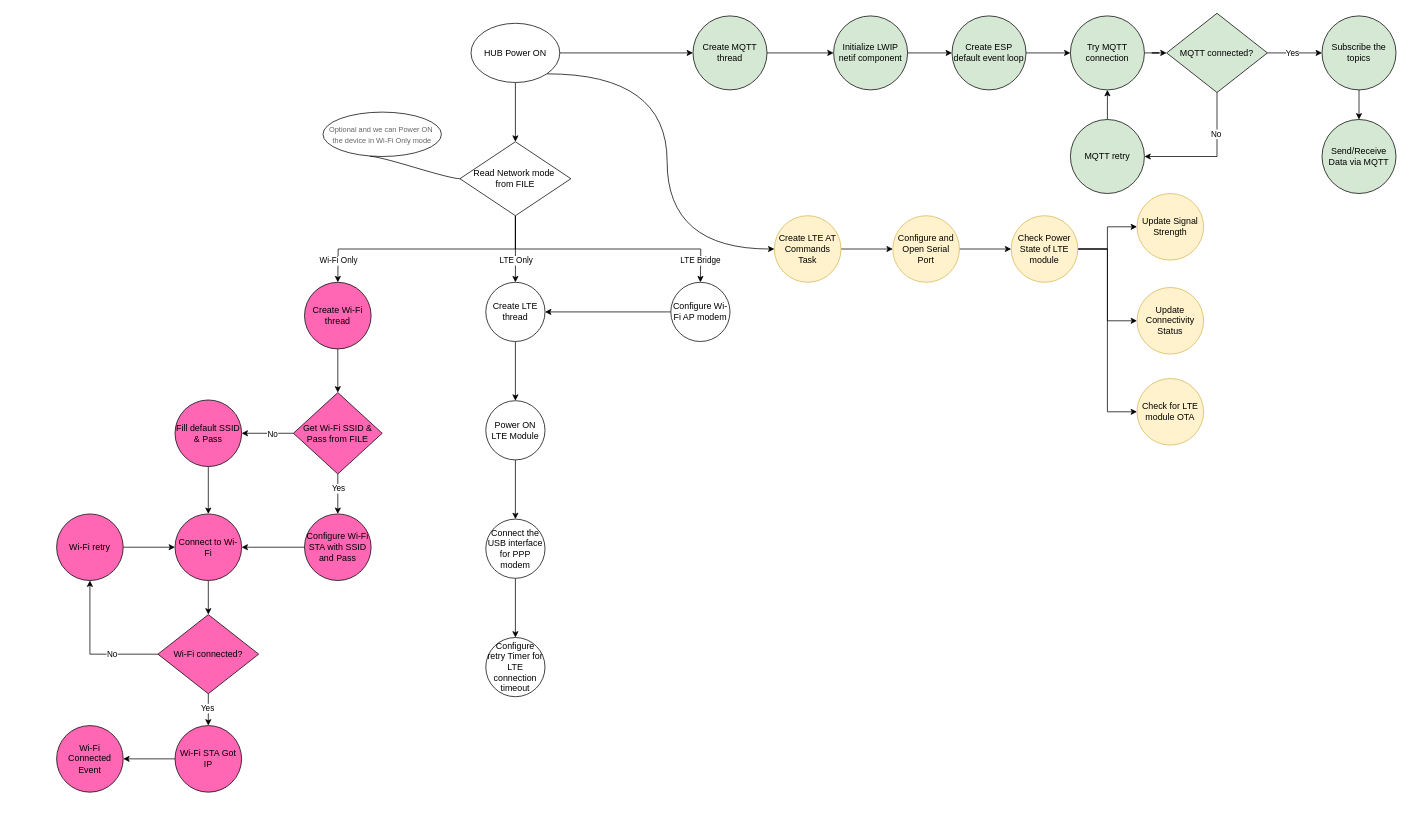
Before: GEN2 connectivity states workflow.drawio in sohaibqamar/drawings, a draw.io diagram. Source tidied: cells renumbered, new cells numbered last; positions are measured from the earlier drawing's top-left corner, leaving out a move shared by most shapes. Both pictures are drawn from the tidied source at 74%, with x=0, y=0 at pixel (56, 13).
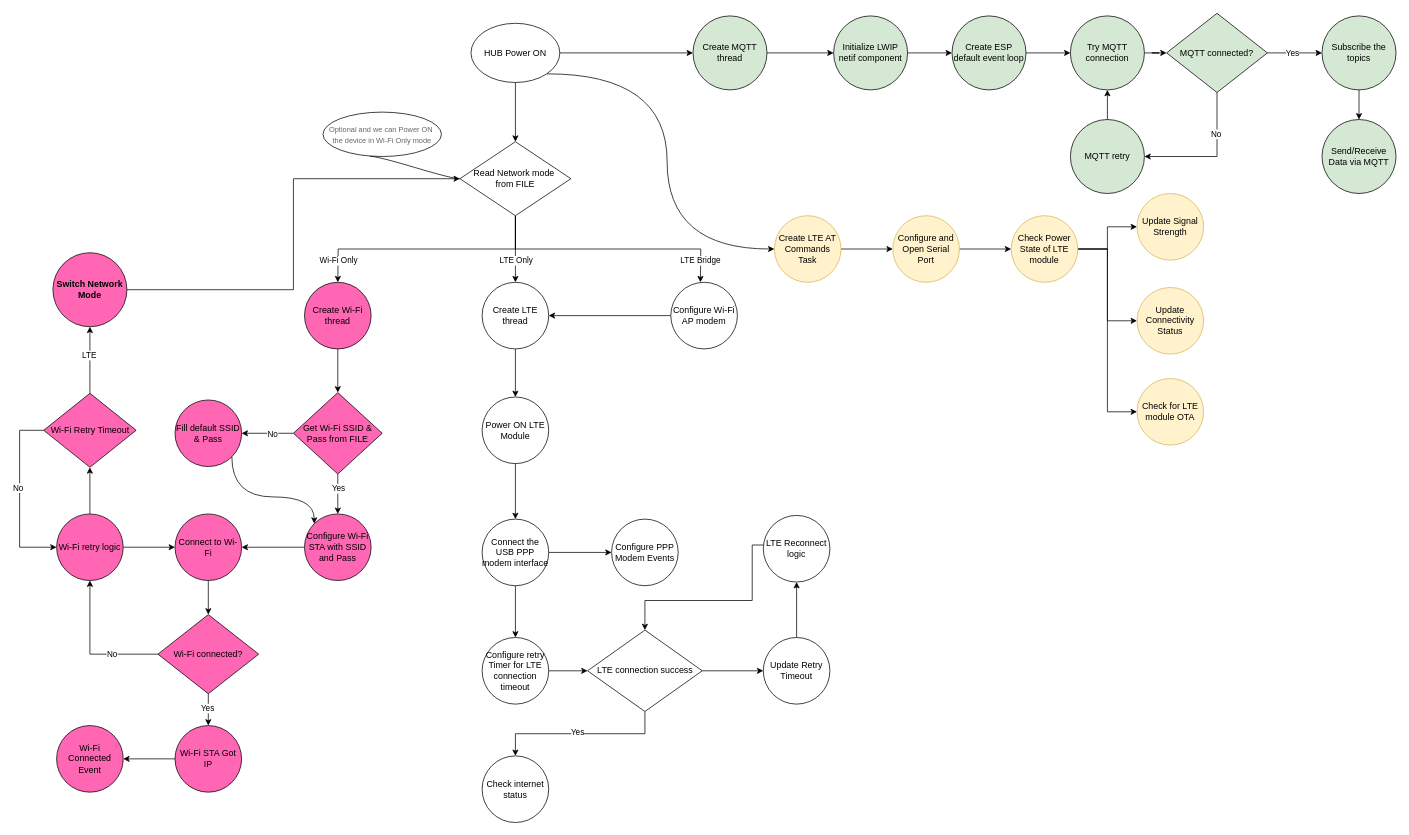
After the change.

Unchanged cells that the change refers to:
```xml
<mxCell id="12" value="Read Network mode&amp;nbsp;&lt;div&gt;from FILE&lt;/div&gt;" style="rhombus;whiteSpace=wrap;html=1;" parent="1" vertex="1">
  <mxGeometry x="545" y="174" width="150" height="100" as="geometry" />
</mxCell>
<mxCell id="23" value="Configure Wi-Fi STA with SSID and Pass" style="ellipse;whiteSpace=wrap;html=1;fillColor=#FF66B3;direction=south;" parent="1" vertex="1">
  <mxGeometry x="335" y="677" width="90" height="90" as="geometry" />
</mxCell>
<mxCell id="25" value="Fill default SSID &amp;amp; Pass" style="ellipse;whiteSpace=wrap;html=1;fillColor=#FF66B3;direction=south;" parent="1" vertex="1">
  <mxGeometry x="160" y="523" width="90" height="90" as="geometry" />
</mxCell>
<mxCell id="27" value="Connect to Wi-Fi" style="ellipse;whiteSpace=wrap;html=1;fillColor=#FF66B3;direction=south;" parent="1" vertex="1">
  <mxGeometry x="160" y="677" width="90" height="90" as="geometry" />
</mxCell>
```

The edit, as a diff of the source:
```diff
@@
     <mxCell id="14" value="Create LTE thread" style="ellipse;whiteSpace=wrap;html=1;" parent="1" vertex="1">
-      <mxGeometry x="580" y="364" width="80" height="80" as="geometry" />
+      <mxGeometry x="575" y="364" width="90" height="90" as="geometry" />
     </mxCell>
@@
     <mxCell id="16" value="Configure Wi-Fi AP modem" style="ellipse;whiteSpace=wrap;html=1;" parent="1" vertex="1">
-      <mxGeometry x="830" y="364" width="80" height="80" as="geometry" />
+      <mxGeometry x="830" y="364" width="90" height="90" as="geometry" />
     </mxCell>
@@
-    <mxCell id="24" style="edgeStyle=orthogonalEdgeStyle;rounded=0;jettySize=auto;html=1;entryX=0;entryY=0.5;entryDx=0;entryDy=0;fillColor=#FF66B3;" parent="1" edge="1" source="25" target="27">
-      <mxGeometry relative="1" as="geometry" />
-    </mxCell>
+    <mxCell id="76" style="edgeStyle=orthogonalEdgeStyle;rounded=0;jettySize=auto;html=1;exitX=1;exitY=0;exitDx=0;exitDy=0;entryX=0;entryY=1;entryDx=0;entryDy=0;curved=1;" parent="1" edge="1" source="25" target="23">
+      <mxGeometry relative="1" as="geometry">
+        <Array as="points">
+          <mxPoint x="237" y="654" />
+          <mxPoint x="348" y="654" />
+        </Array>
+      </mxGeometry>
+    </mxCell>
@@
+    <mxCell id="77" style="edgeStyle=orthogonalEdgeStyle;rounded=0;jettySize=auto;html=1;" parent="1" edge="1" source="44" target="84">
+      <mxGeometry relative="1" as="geometry" />
+    </mxCell>
-    <mxCell id="44" value="Wi-Fi retry" style="ellipse;whiteSpace=wrap;html=1;fillColor=#FF66B3;direction=south;" parent="1" vertex="1">
+    <mxCell id="44" value="Wi-Fi retry logic" style="ellipse;whiteSpace=wrap;html=1;fillColor=#FF66B3;direction=south;" parent="1" vertex="1">
       <mxGeometry y="677" width="90" height="90" as="geometry" />
     </mxCell>
@@
     <mxCell id="61" value="Power ON LTE Module" style="ellipse;whiteSpace=wrap;html=1;" parent="1" vertex="1">
-      <mxGeometry x="580" y="524" width="80" height="80" as="geometry" />
+      <mxGeometry x="575" y="519" width="90" height="90" as="geometry" />
     </mxCell>
@@
+    <mxCell id="78" style="edgeStyle=orthogonalEdgeStyle;rounded=0;jettySize=auto;html=1;" parent="1" edge="1" source="63" target="87">
+      <mxGeometry relative="1" as="geometry" />
+    </mxCell>
-    <mxCell id="63" value="Connect the USB interface for PPP modem" style="ellipse;whiteSpace=wrap;html=1;" parent="1" vertex="1">
-      <mxGeometry x="580" y="684" width="80" height="80" as="geometry" />
+    <mxCell id="63" value="Connect the USB PPP modem&lt;span style=&quot;background-color: initial;&quot;&gt;&amp;nbsp;interface&lt;/span&gt;" style="ellipse;whiteSpace=wrap;html=1;" parent="1" vertex="1">
+      <mxGeometry x="575" y="684" width="90" height="90" as="geometry" />
     </mxCell>
+    <mxCell id="79" style="edgeStyle=orthogonalEdgeStyle;rounded=0;jettySize=auto;html=1;" parent="1" edge="1" source="64" target="91">
+      <mxGeometry relative="1" as="geometry" />
+    </mxCell>
     <mxCell id="64" value="Configure retry Timer for LTE connection timeout" style="ellipse;whiteSpace=wrap;html=1;" parent="1" vertex="1">
-      <mxGeometry x="580" y="844" width="80" height="80" as="geometry" />
+      <mxGeometry x="575" y="844" width="90" height="90" as="geometry" />
     </mxCell>
@@
+    <mxCell id="80" style="edgeStyle=orthogonalEdgeStyle;rounded=0;jettySize=auto;html=1;entryX=0.5;entryY=1;entryDx=0;entryDy=0;exitX=0;exitY=0.5;exitDx=0;exitDy=0;" parent="1" edge="1" source="84" target="44">
+      <mxGeometry relative="1" as="geometry">
+        <Array as="points">
+          <mxPoint x="-50" y="564" />
+          <mxPoint x="-50" y="722" />
+        </Array>
+      </mxGeometry>
+    </mxCell>
+    <mxCell id="81" value="No" style="edgeLabel;html=1;align=center;verticalAlign=middle;" parent="80" vertex="1">
+      <mxGeometry x="-0.28" y="-3" relative="1" as="geometry">
+        <mxPoint y="23" as="offset" />
+      </mxGeometry>
+    </mxCell>
+    <mxCell id="82" style="edgeStyle=orthogonalEdgeStyle;rounded=0;jettySize=auto;html=1;" parent="1" edge="1" source="84" target="86">
+      <mxGeometry relative="1" as="geometry" />
+    </mxCell>
+    <mxCell id="83" value="LTE" style="edgeLabel;html=1;align=center;verticalAlign=middle;" parent="82" vertex="1">
+      <mxGeometry x="0.15" y="2" relative="1" as="geometry" />
+    </mxCell>
+    <mxCell id="84" value="Wi-Fi Retry Timeout" style="rhombus;whiteSpace=wrap;html=1;fillColor=#FF66B3;" parent="1" vertex="1">
+      <mxGeometry x="-17.5" y="514" width="125" height="100" as="geometry" />
+    </mxCell>
+    <mxCell id="85" style="edgeStyle=orthogonalEdgeStyle;rounded=0;jettySize=auto;html=1;entryX=0;entryY=0.5;entryDx=0;entryDy=0;" parent="1" edge="1" source="86" target="12">
+      <mxGeometry relative="1" as="geometry" />
+    </mxCell>
+    <mxCell id="86" value="Switch Network Mode" style="ellipse;whiteSpace=wrap;html=1;fillColor=#FF66B3;fontStyle=1;" parent="1" vertex="1">
+      <mxGeometry x="-5" y="324" width="100" height="100" as="geometry" />
+    </mxCell>
+    <mxCell id="87" value="Configure PPP Modem Events" style="ellipse;whiteSpace=wrap;html=1;" parent="1" vertex="1">
+      <mxGeometry x="750" y="684" width="90" height="90" as="geometry" />
+    </mxCell>
+    <mxCell id="88" style="edgeStyle=orthogonalEdgeStyle;rounded=0;jettySize=auto;html=1;entryX=0.5;entryY=0;entryDx=0;entryDy=0;" parent="1" edge="1" source="91" target="92">
+      <mxGeometry relative="1" as="geometry">
+        <Array as="points">
+          <mxPoint x="795" y="974" />
+          <mxPoint x="620" y="974" />
+        </Array>
+      </mxGeometry>
+    </mxCell>
+    <mxCell id="89" value="Yes" style="edgeLabel;html=1;align=center;verticalAlign=middle;" parent="88" vertex="1">
+      <mxGeometry x="0.03" y="-3" relative="1" as="geometry">
+        <mxPoint x="-1" as="offset" />
+      </mxGeometry>
+    </mxCell>
+    <mxCell id="90" style="edgeStyle=orthogonalEdgeStyle;rounded=0;jettySize=auto;html=1;entryX=0;entryY=0.5;entryDx=0;entryDy=0;" parent="1" edge="1" source="91" target="94">
+      <mxGeometry relative="1" as="geometry" />
+    </mxCell>
+    <mxCell id="91" value="LTE connection success" style="rhombus;whiteSpace=wrap;html=1;" parent="1" vertex="1">
+      <mxGeometry x="717.5" y="834" width="155" height="110" as="geometry" />
+    </mxCell>
+    <mxCell id="92" value="Check internet status" style="ellipse;whiteSpace=wrap;html=1;" parent="1" vertex="1">
+      <mxGeometry x="575" y="1004" width="90" height="90" as="geometry" />
+    </mxCell>
+    <mxCell id="93" style="edgeStyle=orthogonalEdgeStyle;rounded=0;jettySize=auto;html=1;" parent="1" edge="1" source="94" target="96">
+      <mxGeometry relative="1" as="geometry" />
+    </mxCell>
+    <mxCell id="94" value="Update Retry Timeout" style="ellipse;whiteSpace=wrap;html=1;" parent="1" vertex="1">
+      <mxGeometry x="955" y="844" width="90" height="90" as="geometry" />
+    </mxCell>
+    <mxCell id="95" style="edgeStyle=orthogonalEdgeStyle;rounded=0;jettySize=auto;html=1;entryX=0.5;entryY=0;entryDx=0;entryDy=0;" parent="1" edge="1" source="96" target="91">
+      <mxGeometry relative="1" as="geometry">
+        <Array as="points">
+          <mxPoint x="940" y="719" />
+          <mxPoint x="940" y="794" />
+          <mxPoint x="795" y="794" />
+        </Array>
+      </mxGeometry>
+    </mxCell>
+    <mxCell id="96" value="LTE Reconnect logic" style="ellipse;whiteSpace=wrap;html=1;" parent="1" vertex="1">
+      <mxGeometry x="955" y="679" width="90" height="90" as="geometry" />
+    </mxCell>
```
